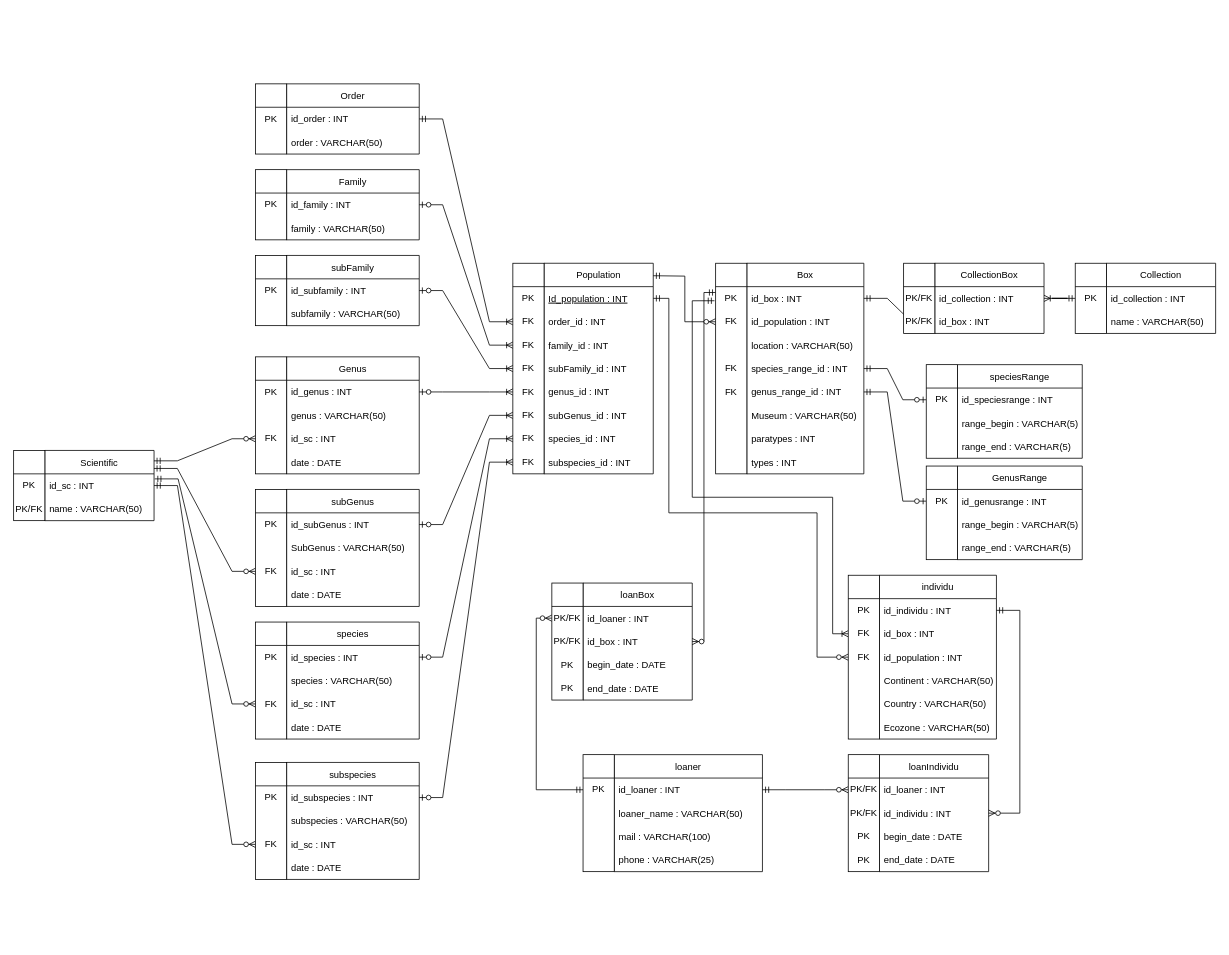
Earlier version of the draw.io diagram Diagramme/physical.drawio (Simon13411/Memoire). Source tidied: cells renumbered, new cells numbered last; positions are measured from the earlier drawing's top-left corner, leaving out a move shared by most shapes. Both pictures are drawn from the tidied source at 78%, with x=0, y=0 at pixel (13, 83).
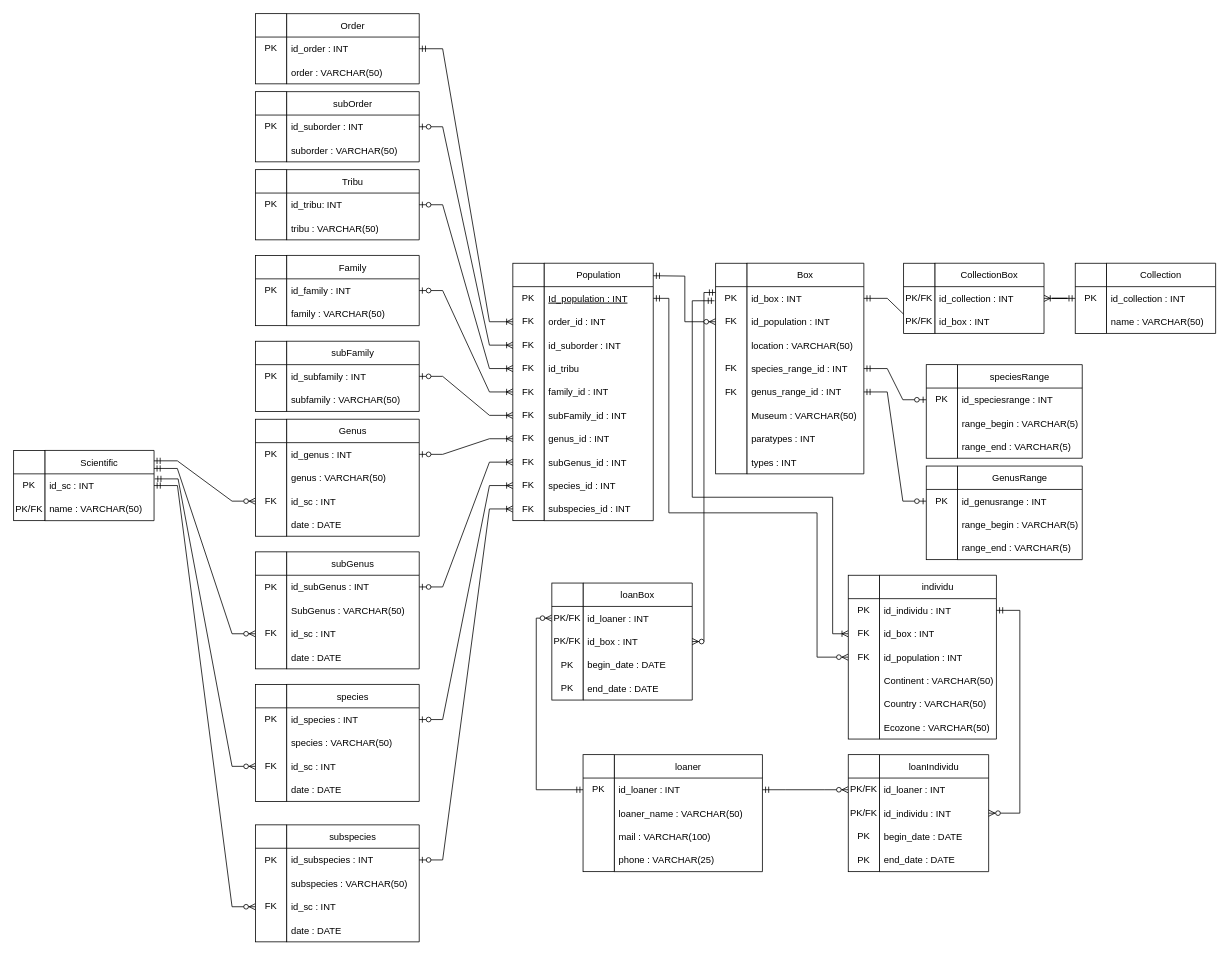
Above is the later version.

Commit message:
physical diagram updated with tribu and suborder

The edit, as a diff of the source:
```diff
@@
     <mxCell id="2" value="Population" style="swimlane;fontStyle=0;horizontal=1;startSize=30;" parent="1" vertex="1">
-      <mxGeometry x="680" y="230" width="140" height="270" as="geometry" />
+      <mxGeometry x="680" y="230" width="140" height="330" as="geometry" />
     </mxCell>
@@
+    <mxCell id="185" value="id_suborder : INT" style="text;strokeColor=none;fillColor=none;align=left;verticalAlign=middle;spacingLeft=4;spacingRight=4;overflow=hidden;" parent="2" vertex="1">
+      <mxGeometry y="90" width="140" height="30" as="geometry" />
+    </mxCell>
+    <mxCell id="186" value="id_tribu" style="text;strokeColor=none;fillColor=none;align=left;verticalAlign=middle;spacingLeft=4;spacingRight=4;overflow=hidden;" parent="2" vertex="1">
+      <mxGeometry y="120" width="140" height="30" as="geometry" />
+    </mxCell>
     <mxCell id="5" value="family_id : INT" style="text;strokeColor=none;fillColor=none;align=left;verticalAlign=middle;spacingLeft=4;spacingRight=4;overflow=hidden;" parent="2" vertex="1">
-      <mxGeometry y="90" width="140" height="30" as="geometry" />
+      <mxGeometry y="150" width="140" height="30" as="geometry" />
     </mxCell>
     <mxCell id="6" value="subFamily_id : INT" style="text;strokeColor=none;fillColor=none;align=left;verticalAlign=middle;spacingLeft=4;spacingRight=4;overflow=hidden;" parent="2" vertex="1">
-      <mxGeometry y="120" width="140" height="30" as="geometry" />
+      <mxGeometry y="180" width="140" height="30" as="geometry" />
     </mxCell>
     <mxCell id="7" value="genus_id : INT" style="text;strokeColor=none;fillColor=none;align=left;verticalAlign=middle;spacingLeft=4;spacingRight=4;overflow=hidden;" parent="2" vertex="1">
-      <mxGeometry y="150" width="140" height="30" as="geometry" />
+      <mxGeometry y="210" width="140" height="30" as="geometry" />
     </mxCell>
     <mxCell id="8" value="subGenus_id : INT" style="text;strokeColor=none;fillColor=none;align=left;verticalAlign=middle;spacingLeft=4;spacingRight=4;overflow=hidden;" parent="2" vertex="1">
-      <mxGeometry y="180" width="140" height="30" as="geometry" />
+      <mxGeometry y="240" width="140" height="30" as="geometry" />
     </mxCell>
     <mxCell id="9" value="species_id : INT" style="text;strokeColor=none;fillColor=none;align=left;verticalAlign=middle;spacingLeft=4;spacingRight=4;overflow=hidden;" parent="2" vertex="1">
-      <mxGeometry y="210" width="140" height="30" as="geometry" />
+      <mxGeometry y="270" width="140" height="30" as="geometry" />
     </mxCell>
     <mxCell id="10" value="subspecies_id : INT" style="text;strokeColor=none;fillColor=none;align=left;verticalAlign=middle;spacingLeft=4;spacingRight=4;overflow=hidden;" parent="2" vertex="1">
-      <mxGeometry y="240" width="140" height="30" as="geometry" />
+      <mxGeometry y="300" width="140" height="30" as="geometry" />
     </mxCell>
@@
     <mxCell id="49" value="Order" style="swimlane;fontStyle=0;horizontal=1;startSize=30;" parent="1" vertex="1">
-      <mxGeometry x="350" width="170" height="90" as="geometry" />
+      <mxGeometry x="350" y="-90" width="170" height="90" as="geometry" />
     </mxCell>
@@
     <mxCell id="52" value="Family" style="swimlane;fontStyle=0;horizontal=1;startSize=30;" parent="1" vertex="1">
-      <mxGeometry x="350" y="110" width="170" height="90" as="geometry" />
+      <mxGeometry x="350" y="220" width="170" height="90" as="geometry" />
     </mxCell>
@@
     <mxCell id="55" value="subFamily" style="swimlane;fontStyle=0;horizontal=1;startSize=30;" parent="1" vertex="1">
-      <mxGeometry x="350" y="220" width="170" height="90" as="geometry" />
+      <mxGeometry x="350" y="330" width="170" height="90" as="geometry" />
     </mxCell>
@@
     <mxCell id="58" value="Genus" style="swimlane;fontStyle=0;horizontal=1;startSize=30;" parent="1" vertex="1">
-      <mxGeometry x="350" y="350" width="170" height="150" as="geometry" />
+      <mxGeometry x="350" y="430" width="170" height="150" as="geometry" />
     </mxCell>
@@
     <mxCell id="63" value="subGenus" style="swimlane;fontStyle=0;horizontal=1;startSize=30;" parent="1" vertex="1">
-      <mxGeometry x="350" y="520" width="170" height="150" as="geometry" />
+      <mxGeometry x="350" y="600" width="170" height="150" as="geometry" />
     </mxCell>
@@
     <mxCell id="68" value="species" style="swimlane;fontStyle=0;horizontal=1;startSize=30;" parent="1" vertex="1">
-      <mxGeometry x="350" y="690" width="170" height="150" as="geometry" />
+      <mxGeometry x="350" y="770" width="170" height="150" as="geometry" />
     </mxCell>
@@
     <mxCell id="103" value="subspecies" style="swimlane;fontStyle=0;horizontal=1;startSize=30;" parent="1" vertex="1">
-      <mxGeometry x="350" y="870" width="170" height="150" as="geometry" />
+      <mxGeometry x="350" y="950" width="170" height="150" as="geometry" />
     </mxCell>
@@
     <mxCell id="113" style="rounded=0;whiteSpace=wrap;html=1;" parent="1" vertex="1">
-      <mxGeometry x="310" y="110" width="40" height="90" as="geometry" />
+      <mxGeometry x="310" y="220" width="40" height="90" as="geometry" />
     </mxCell>
     <mxCell id="114" value="PK" style="text;html=1;strokeColor=none;fillColor=none;align=center;verticalAlign=middle;whiteSpace=wrap;rounded=0;" parent="1" vertex="1">
-      <mxGeometry x="310" y="140" width="40" height="30" as="geometry" />
+      <mxGeometry x="310" y="250" width="40" height="30" as="geometry" />
     </mxCell>
@@
     <mxCell id="117" style="rounded=0;whiteSpace=wrap;html=1;" parent="1" vertex="1">
-      <mxGeometry x="310" width="40" height="90" as="geometry" />
+      <mxGeometry x="310" y="-90" width="40" height="90" as="geometry" />
     </mxCell>
     <mxCell id="118" value="PK" style="text;html=1;strokeColor=none;fillColor=none;align=center;verticalAlign=middle;whiteSpace=wrap;rounded=0;" parent="1" vertex="1">
-      <mxGeometry x="310" y="30" width="40" height="30" as="geometry" />
+      <mxGeometry x="310" y="-60" width="40" height="30" as="geometry" />
     </mxCell>
@@
     <mxCell id="120" style="rounded=0;whiteSpace=wrap;html=1;" parent="1" vertex="1">
-      <mxGeometry x="310" y="220" width="40" height="90" as="geometry" />
+      <mxGeometry x="310" y="330" width="40" height="90" as="geometry" />
     </mxCell>
     <mxCell id="121" value="PK" style="text;html=1;strokeColor=none;fillColor=none;align=center;verticalAlign=middle;whiteSpace=wrap;rounded=0;" parent="1" vertex="1">
-      <mxGeometry x="310" y="250" width="40" height="30" as="geometry" />
+      <mxGeometry x="310" y="360" width="40" height="30" as="geometry" />
     </mxCell>
@@
     <mxCell id="123" style="rounded=0;whiteSpace=wrap;html=1;" parent="1" vertex="1">
-      <mxGeometry x="310" y="350" width="40" height="150" as="geometry" />
+      <mxGeometry x="310" y="430" width="40" height="150" as="geometry" />
     </mxCell>
     <mxCell id="124" value="PK" style="text;html=1;strokeColor=none;fillColor=none;align=center;verticalAlign=middle;whiteSpace=wrap;rounded=0;" parent="1" vertex="1">
-      <mxGeometry x="310" y="380" width="40" height="30" as="geometry" />
+      <mxGeometry x="310" y="460" width="40" height="30" as="geometry" />
     </mxCell>
@@
     <mxCell id="126" value="FK" style="text;html=1;strokeColor=none;fillColor=none;align=center;verticalAlign=middle;whiteSpace=wrap;rounded=0;" parent="1" vertex="1">
-      <mxGeometry x="310" y="440" width="40" height="30" as="geometry" />
+      <mxGeometry x="310" y="520" width="40" height="30" as="geometry" />
     </mxCell>
     <mxCell id="127" style="rounded=0;whiteSpace=wrap;html=1;" parent="1" vertex="1">
-      <mxGeometry x="310" y="520" width="40" height="150" as="geometry" />
+      <mxGeometry x="310" y="600" width="40" height="150" as="geometry" />
     </mxCell>
     <mxCell id="128" value="PK" style="text;html=1;strokeColor=none;fillColor=none;align=center;verticalAlign=middle;whiteSpace=wrap;rounded=0;" parent="1" vertex="1">
-      <mxGeometry x="310" y="550" width="40" height="30" as="geometry" />
+      <mxGeometry x="310" y="630" width="40" height="30" as="geometry" />
     </mxCell>
@@
     <mxCell id="130" value="FK" style="text;html=1;strokeColor=none;fillColor=none;align=center;verticalAlign=middle;whiteSpace=wrap;rounded=0;" parent="1" vertex="1">
-      <mxGeometry x="310" y="610" width="40" height="30" as="geometry" />
+      <mxGeometry x="310" y="690" width="40" height="30" as="geometry" />
     </mxCell>
     <mxCell id="131" style="rounded=0;whiteSpace=wrap;html=1;" parent="1" vertex="1">
-      <mxGeometry x="310" y="690" width="40" height="150" as="geometry" />
+      <mxGeometry x="310" y="770" width="40" height="150" as="geometry" />
     </mxCell>
     <mxCell id="132" value="PK" style="text;html=1;strokeColor=none;fillColor=none;align=center;verticalAlign=middle;whiteSpace=wrap;rounded=0;" parent="1" vertex="1">
-      <mxGeometry x="310" y="720" width="40" height="30" as="geometry" />
+      <mxGeometry x="310" y="800" width="40" height="30" as="geometry" />
     </mxCell>
@@
     <mxCell id="134" value="FK" style="text;html=1;strokeColor=none;fillColor=none;align=center;verticalAlign=middle;whiteSpace=wrap;rounded=0;" parent="1" vertex="1">
-      <mxGeometry x="310" y="780" width="40" height="30" as="geometry" />
+      <mxGeometry x="310" y="860" width="40" height="30" as="geometry" />
     </mxCell>
     <mxCell id="135" style="rounded=0;whiteSpace=wrap;html=1;" parent="1" vertex="1">
-      <mxGeometry x="310" y="870" width="40" height="150" as="geometry" />
+      <mxGeometry x="310" y="950" width="40" height="150" as="geometry" />
     </mxCell>
     <mxCell id="136" value="PK" style="text;html=1;strokeColor=none;fillColor=none;align=center;verticalAlign=middle;whiteSpace=wrap;rounded=0;" parent="1" vertex="1">
-      <mxGeometry x="310" y="900" width="40" height="30" as="geometry" />
+      <mxGeometry x="310" y="980" width="40" height="30" as="geometry" />
     </mxCell>
@@
     <mxCell id="138" value="FK" style="text;html=1;strokeColor=none;fillColor=none;align=center;verticalAlign=middle;whiteSpace=wrap;rounded=0;" parent="1" vertex="1">
-      <mxGeometry x="310" y="960" width="40" height="30" as="geometry" />
+      <mxGeometry x="310" y="1040" width="40" height="30" as="geometry" />
     </mxCell>
     <mxCell id="139" style="rounded=0;whiteSpace=wrap;html=1;" parent="1" vertex="1">
-      <mxGeometry x="640" y="230" width="40" height="270" as="geometry" />
+      <mxGeometry x="640" y="230" width="40" height="330" as="geometry" />
     </mxCell>
@@
     <mxCell id="142" value="FK" style="text;html=1;strokeColor=none;fillColor=none;align=center;verticalAlign=middle;whiteSpace=wrap;rounded=0;" parent="1" vertex="1">
-      <mxGeometry x="640" y="320" width="40" height="30" as="geometry" />
+      <mxGeometry x="640" y="380" width="40" height="30" as="geometry" />
     </mxCell>
@@
     <mxCell id="144" value="FK" style="text;html=1;strokeColor=none;fillColor=none;align=center;verticalAlign=middle;whiteSpace=wrap;rounded=0;" parent="1" vertex="1">
-      <mxGeometry x="640" y="350" width="40" height="30" as="geometry" />
+      <mxGeometry x="640" y="410" width="40" height="30" as="geometry" />
     </mxCell>
     <mxCell id="145" value="FK" style="text;html=1;strokeColor=none;fillColor=none;align=center;verticalAlign=middle;whiteSpace=wrap;rounded=0;" parent="1" vertex="1">
-      <mxGeometry x="640" y="380" width="40" height="30" as="geometry" />
+      <mxGeometry x="640" y="440" width="40" height="30" as="geometry" />
     </mxCell>
     <mxCell id="146" value="FK" style="text;html=1;strokeColor=none;fillColor=none;align=center;verticalAlign=middle;whiteSpace=wrap;rounded=0;" parent="1" vertex="1">
-      <mxGeometry x="640" y="410" width="40" height="30" as="geometry" />
+      <mxGeometry x="640" y="470" width="40" height="30" as="geometry" />
     </mxCell>
     <mxCell id="147" value="FK" style="text;html=1;strokeColor=none;fillColor=none;align=center;verticalAlign=middle;whiteSpace=wrap;rounded=0;" parent="1" vertex="1">
-      <mxGeometry x="640" y="440" width="40" height="30" as="geometry" />
+      <mxGeometry x="640" y="500" width="40" height="30" as="geometry" />
     </mxCell>
     <mxCell id="148" value="FK" style="text;html=1;strokeColor=none;fillColor=none;align=center;verticalAlign=middle;whiteSpace=wrap;rounded=0;" parent="1" vertex="1">
-      <mxGeometry x="640" y="470" width="40" height="30" as="geometry" />
+      <mxGeometry x="640" y="530" width="40" height="30" as="geometry" />
     </mxCell>
@@
+    <mxCell id="187" value="subOrder" style="swimlane;fontStyle=0;horizontal=1;startSize=30;" parent="1" vertex="1">
+      <mxGeometry x="350" y="10" width="170" height="90" as="geometry" />
+    </mxCell>
+    <mxCell id="188" value="id_suborder : INT" style="text;strokeColor=none;fillColor=none;align=left;verticalAlign=middle;spacingLeft=4;spacingRight=4;overflow=hidden;points=[[0,0.5],[1,0.5]];portConstraint=eastwest;fontStyle=0;" parent="187" vertex="1">
+      <mxGeometry y="30" width="170" height="30" as="geometry" />
+    </mxCell>
+    <mxCell id="189" value="suborder : VARCHAR(50)" style="text;strokeColor=none;fillColor=none;align=left;verticalAlign=middle;spacingLeft=4;spacingRight=4;overflow=hidden;fontStyle=0;" parent="187" vertex="1">
+      <mxGeometry y="60" width="170" height="30" as="geometry" />
+    </mxCell>
+    <mxCell id="190" style="rounded=0;whiteSpace=wrap;html=1;" parent="1" vertex="1">
+      <mxGeometry x="310" y="10" width="40" height="90" as="geometry" />
+    </mxCell>
+    <mxCell id="191" value="PK" style="text;html=1;strokeColor=none;fillColor=none;align=center;verticalAlign=middle;whiteSpace=wrap;rounded=0;" parent="1" vertex="1">
+      <mxGeometry x="310" y="40" width="40" height="30" as="geometry" />
+    </mxCell>
+    <mxCell id="192" style="endArrow=none;html=1;rounded=0;entryX=1;entryY=0;entryDx=0;entryDy=0;exitX=0;exitY=0;exitDx=0;exitDy=0;" parent="1" edge="1" source="191" target="191">
+      <mxGeometry relative="1" as="geometry" />
+    </mxCell>
+    <mxCell id="193" style="edgeStyle=entityRelationEdgeStyle;fontSize=12;html=1;endArrow=ERoneToMany;startArrow=ERzeroToOne;rounded=0;exitX=1;exitY=0.5;exitDx=0;exitDy=0;entryX=0;entryY=0.5;entryDx=0;entryDy=0;" parent="1" edge="1" source="188" target="194">
+      <mxGeometry relative="1" as="geometry" />
+    </mxCell>
+    <mxCell id="194" value="FK" style="text;html=1;strokeColor=none;fillColor=none;align=center;verticalAlign=middle;whiteSpace=wrap;rounded=0;" parent="1" vertex="1">
+      <mxGeometry x="640" y="320" width="40" height="30" as="geometry" />
+    </mxCell>
+    <mxCell id="195" value="Tribu" style="swimlane;fontStyle=0;horizontal=1;startSize=30;" parent="1" vertex="1">
+      <mxGeometry x="350" y="110" width="170" height="90" as="geometry" />
+    </mxCell>
+    <mxCell id="196" value="id_tribu: INT" style="text;strokeColor=none;fillColor=none;align=left;verticalAlign=middle;spacingLeft=4;spacingRight=4;overflow=hidden;points=[[0,0.5],[1,0.5]];portConstraint=eastwest;fontStyle=0;" parent="195" vertex="1">
+      <mxGeometry y="30" width="170" height="30" as="geometry" />
+    </mxCell>
+    <mxCell id="197" value="tribu : VARCHAR(50)" style="text;strokeColor=none;fillColor=none;align=left;verticalAlign=middle;spacingLeft=4;spacingRight=4;overflow=hidden;fontStyle=0;" parent="195" vertex="1">
+      <mxGeometry y="60" width="170" height="30" as="geometry" />
+    </mxCell>
+    <mxCell id="198" style="rounded=0;whiteSpace=wrap;html=1;" parent="1" vertex="1">
+      <mxGeometry x="310" y="110" width="40" height="90" as="geometry" />
+    </mxCell>
+    <mxCell id="199" value="PK" style="text;html=1;strokeColor=none;fillColor=none;align=center;verticalAlign=middle;whiteSpace=wrap;rounded=0;" parent="1" vertex="1">
+      <mxGeometry x="310" y="140" width="40" height="30" as="geometry" />
+    </mxCell>
+    <mxCell id="200" style="endArrow=none;html=1;rounded=0;entryX=1;entryY=0;entryDx=0;entryDy=0;exitX=0;exitY=0;exitDx=0;exitDy=0;" parent="1" edge="1" source="199" target="199">
+      <mxGeometry relative="1" as="geometry" />
+    </mxCell>
+    <mxCell id="201" value="FK" style="text;html=1;strokeColor=none;fillColor=none;align=center;verticalAlign=middle;whiteSpace=wrap;rounded=0;" parent="1" vertex="1">
+      <mxGeometry x="640" y="350" width="40" height="30" as="geometry" />
+    </mxCell>
+    <mxCell id="202" style="edgeStyle=entityRelationEdgeStyle;fontSize=12;html=1;endArrow=ERoneToMany;startArrow=ERzeroToOne;rounded=0;exitX=1;exitY=0.5;exitDx=0;exitDy=0;entryX=0;entryY=0.5;entryDx=0;entryDy=0;" parent="1" edge="1" source="196" target="201">
+      <mxGeometry relative="1" as="geometry" />
+    </mxCell>
```
